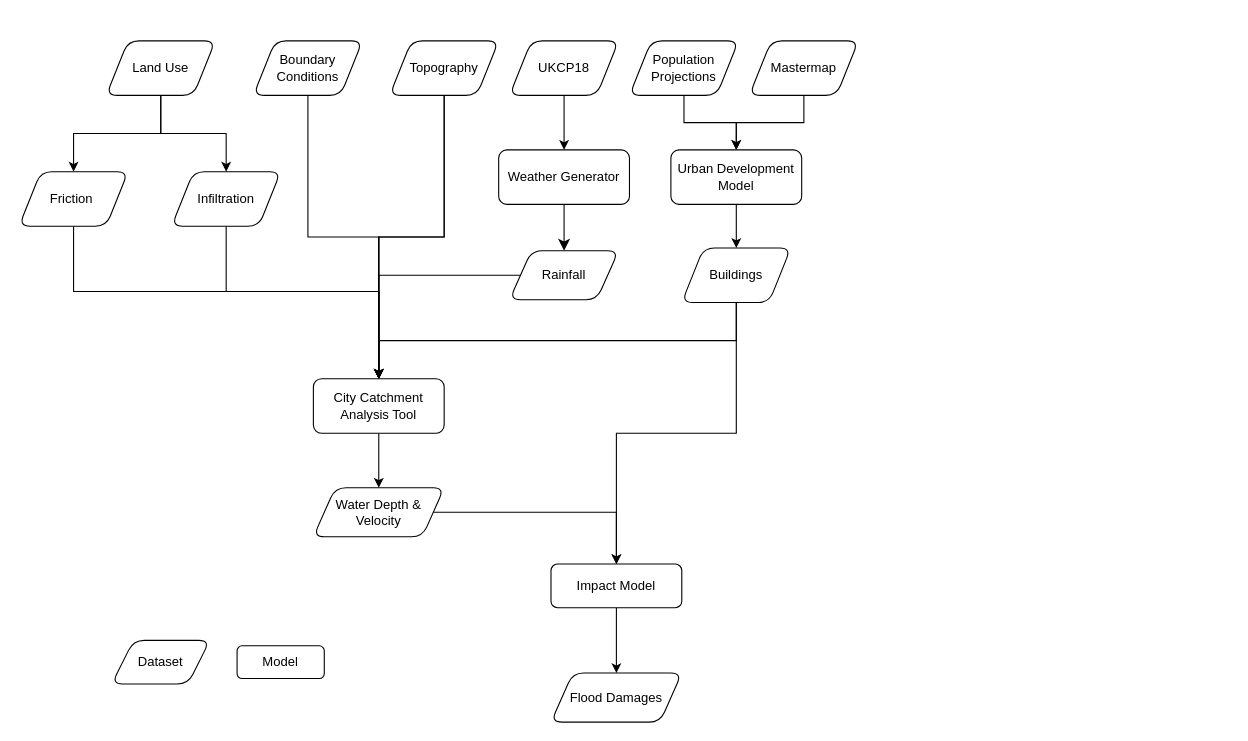
Before: flood/openclim-flood-workflow.drawio in OpenCLIM/workflow-diagrams, a draw.io diagram. Source tidied: cells renumbered, new cells numbered last; positions are measured from the earlier drawing's top-left corner, leaving out a move shared by most shapes. Both pictures are drawn from the tidied source at 109%, with x=0, y=0 at pixel (19, 40).
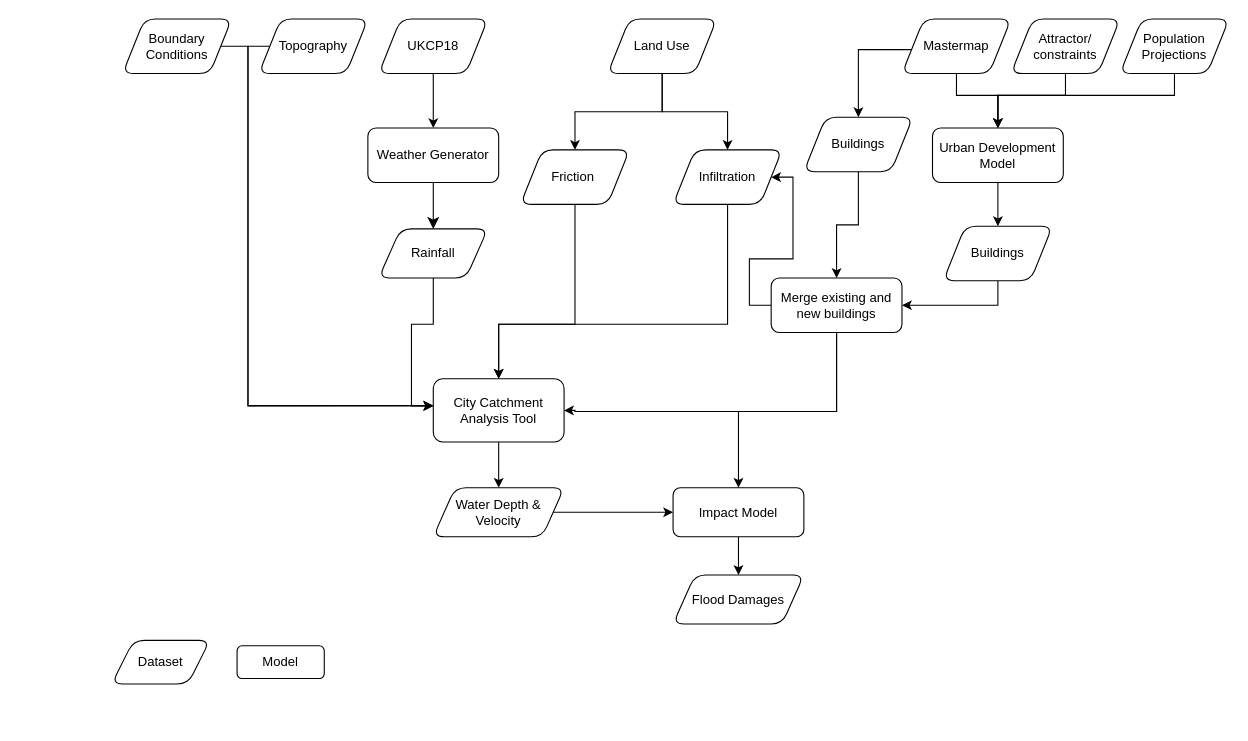
The same page after the edit.

Commit message:
updated UDM part of flood workflow

The edit, as a diff of the source:
```diff
@@
     <mxCell id="3" value="Weather Generator" style="rounded=1;whiteSpace=wrap;html=1;fontSize=12;glass=0;strokeWidth=1;shadow=0;" parent="1" vertex="1">
-      <mxGeometry x="440" y="100" width="120" height="50" as="geometry" />
+      <mxGeometry x="320" y="80" width="120" height="50" as="geometry" />
     </mxCell>
@@
     <mxCell id="5" value="UKCP18" style="shape=parallelogram;perimeter=parallelogramPerimeter;whiteSpace=wrap;html=1;fixedSize=1;rounded=1;" parent="1" vertex="1">
-      <mxGeometry x="450" width="100" height="50" as="geometry" />
+      <mxGeometry x="330" y="-20" width="100" height="50" as="geometry" />
     </mxCell>
-    <mxCell id="6" style="edgeStyle=orthogonalEdgeStyle;rounded=0;jettySize=auto;html=1;entryX=0.5;entryY=0;entryDx=0;entryDy=0;exitX=0.5;exitY=1;exitDx=0;exitDy=0;" parent="1" edge="1" source="15" target="25">
-      <mxGeometry relative="1" as="geometry" />
-    </mxCell>
-    <mxCell id="7" style="edgeStyle=orthogonalEdgeStyle;rounded=0;jettySize=auto;html=1;entryX=0.5;entryY=0;entryDx=0;entryDy=0;" parent="1" edge="1" source="8" target="10">
-      <mxGeometry relative="1" as="geometry" />
+    <mxCell id="7" style="edgeStyle=orthogonalEdgeStyle;rounded=0;jettySize=auto;html=1;entryX=0.5;entryY=0;entryDx=0;entryDy=0;exitX=0.5;exitY=1;exitDx=0;exitDy=0;" parent="1" edge="1" source="8" target="10">
+      <mxGeometry relative="1" as="geometry">
+        <Array as="points">
+          <mxPoint x="1060" y="50" />
+          <mxPoint x="898" y="50" />
+        </Array>
+      </mxGeometry>
     </mxCell>
     <mxCell id="8" value="Population Projections" style="shape=parallelogram;perimeter=parallelogramPerimeter;whiteSpace=wrap;html=1;fixedSize=1;rounded=1;" parent="1" vertex="1">
-      <mxGeometry x="560" width="100" height="50" as="geometry" />
+      <mxGeometry x="1010" y="-20" width="100" height="50" as="geometry" />
     </mxCell>
@@
     <mxCell id="10" value="Urban Development Model" style="rounded=1;whiteSpace=wrap;html=1;fontSize=12;glass=0;strokeWidth=1;shadow=0;" parent="1" vertex="1">
-      <mxGeometry x="598" y="100" width="120" height="50" as="geometry" />
+      <mxGeometry x="838" y="80" width="120" height="50" as="geometry" />
     </mxCell>
-    <mxCell id="11" style="edgeStyle=orthogonalEdgeStyle;rounded=0;jettySize=auto;html=1;entryX=0.5;entryY=0;entryDx=0;entryDy=0;" parent="1" edge="1" source="32" target="25">
-      <mxGeometry relative="1" as="geometry" />
-    </mxCell>
-    <mxCell id="12" style="edgeStyle=orthogonalEdgeStyle;rounded=0;jettySize=auto;html=1;entryX=0.5;entryY=0;entryDx=0;entryDy=0;" parent="1" edge="1" source="13" target="25">
-      <mxGeometry relative="1" as="geometry" />
+    <mxCell id="12" style="edgeStyle=orthogonalEdgeStyle;rounded=0;jettySize=auto;html=1;entryX=-0.001;entryY=0.43;entryDx=0;entryDy=0;entryPerimeter=0;" parent="1" edge="1" source="13" target="25">
+      <mxGeometry relative="1" as="geometry">
+        <Array as="points">
+          <mxPoint x="210" y="5" />
+          <mxPoint x="210" y="335" />
+        </Array>
+      </mxGeometry>
     </mxCell>
     <mxCell id="13" value="Boundary Conditions" style="shape=parallelogram;perimeter=parallelogramPerimeter;whiteSpace=wrap;html=1;fixedSize=1;rounded=1;" parent="1" vertex="1">
-      <mxGeometry x="215" width="100" height="50" as="geometry" />
+      <mxGeometry x="95" y="-20" width="100" height="50" as="geometry" />
     </mxCell>
-    <mxCell id="14" style="edgeStyle=orthogonalEdgeStyle;rounded=0;jettySize=auto;html=1;entryX=0.5;entryY=0;entryDx=0;entryDy=0;" parent="1" edge="1" source="15" target="36">
-      <mxGeometry relative="1" as="geometry" />
-    </mxCell>
+    <mxCell id="38" style="edgeStyle=orthogonalEdgeStyle;rounded=0;jettySize=auto;html=1;exitX=0.5;exitY=1;exitDx=0;exitDy=0;" parent="1" edge="1" source="15" target="45">
+      <mxGeometry relative="1" as="geometry" />
+    </mxCell>
     <mxCell id="15" value="Buildings" style="shape=parallelogram;perimeter=parallelogramPerimeter;whiteSpace=wrap;html=1;fixedSize=1;rounded=1;" parent="1" vertex="1">
-      <mxGeometry x="608" y="190" width="100" height="50" as="geometry" />
+      <mxGeometry x="848" y="170" width="100" height="50" as="geometry" />
     </mxCell>
     <mxCell id="16" style="edgeStyle=orthogonalEdgeStyle;rounded=0;jettySize=auto;html=1;entryX=0.5;entryY=0;entryDx=0;entryDy=0;" parent="1" edge="1" source="17" target="10">
-      <mxGeometry relative="1" as="geometry" />
+      <mxGeometry relative="1" as="geometry">
+        <Array as="points">
+          <mxPoint x="860" y="50" />
+          <mxPoint x="898" y="50" />
+        </Array>
+      </mxGeometry>
     </mxCell>
+    <mxCell id="39" style="edgeStyle=orthogonalEdgeStyle;rounded=0;jettySize=auto;html=1;entryX=0.5;entryY=0;entryDx=0;entryDy=0;" parent="1" edge="1" source="17" target="41">
+      <mxGeometry relative="1" as="geometry">
+        <Array as="points">
+          <mxPoint x="770" y="8" />
+        </Array>
+      </mxGeometry>
+    </mxCell>
     <mxCell id="17" value="Mastermap" style="shape=parallelogram;perimeter=parallelogramPerimeter;whiteSpace=wrap;html=1;fixedSize=1;rounded=1;" parent="1" vertex="1">
-      <mxGeometry x="670" width="100" height="50" as="geometry" />
+      <mxGeometry x="810" y="-20" width="100" height="50" as="geometry" />
     </mxCell>
-    <mxCell id="18" style="edgeStyle=orthogonalEdgeStyle;rounded=0;jettySize=auto;html=1;entryX=0.5;entryY=0;entryDx=0;entryDy=0;" parent="1" edge="1" source="32" target="25">
-      <mxGeometry relative="1" as="geometry" />
+    <mxCell id="18" style="edgeStyle=orthogonalEdgeStyle;rounded=0;jettySize=auto;html=1;entryX=0;entryY=0.424;entryDx=0;entryDy=0;entryPerimeter=0;" parent="1" edge="1" source="32" target="25">
+      <mxGeometry relative="1" as="geometry">
+        <Array as="points">
+          <mxPoint x="210" y="5" />
+          <mxPoint x="210" y="335" />
+        </Array>
+      </mxGeometry>
     </mxCell>
     <mxCell id="19" style="edgeStyle=orthogonalEdgeStyle;rounded=0;jettySize=auto;html=1;entryX=0.5;entryY=0;entryDx=0;entryDy=0;" parent="1" edge="1" source="20" target="25">
       <mxGeometry relative="1" as="geometry">
         <Array as="points">
-          <mxPoint x="50" y="230" />
-          <mxPoint x="330" y="230" />
+          <mxPoint x="510" y="260" />
+          <mxPoint x="440" y="260" />
         </Array>
       </mxGeometry>
     </mxCell>
     <mxCell id="20" value="Friction&amp;nbsp;" style="shape=parallelogram;perimeter=parallelogramPerimeter;whiteSpace=wrap;html=1;fixedSize=1;rounded=1;" parent="1" vertex="1">
-      <mxGeometry y="120" width="100" height="50" as="geometry" />
+      <mxGeometry x="460" y="100" width="100" height="50" as="geometry" />
     </mxCell>
@@
     <mxCell id="23" value="Land Use" style="shape=parallelogram;perimeter=parallelogramPerimeter;whiteSpace=wrap;html=1;fixedSize=1;rounded=1;" parent="1" vertex="1">
-      <mxGeometry x="80" width="100" height="50" as="geometry" />
+      <mxGeometry x="540" y="-20" width="100" height="50" as="geometry" />
     </mxCell>
@@
     <mxCell id="25" value="City Catchment Analysis Tool" style="rounded=1;whiteSpace=wrap;html=1;fontSize=12;glass=0;strokeWidth=1;shadow=0;" parent="1" vertex="1">
-      <mxGeometry x="270" y="310" width="120" height="50" as="geometry" />
+      <mxGeometry x="380" y="310" width="120" height="58" as="geometry" />
     </mxCell>
-    <mxCell id="26" style="edgeStyle=orthogonalEdgeStyle;rounded=0;jettySize=auto;html=1;entryX=0.5;entryY=0;entryDx=0;entryDy=0;" parent="1" edge="1" source="27" target="25">
-      <mxGeometry relative="1" as="geometry" />
+    <mxCell id="26" style="edgeStyle=orthogonalEdgeStyle;rounded=0;jettySize=auto;html=1;" parent="1" edge="1" source="27" target="25">
+      <mxGeometry relative="1" as="geometry">
+        <Array as="points">
+          <mxPoint x="380" y="260" />
+          <mxPoint x="360" y="260" />
+          <mxPoint x="360" y="335" />
+        </Array>
+      </mxGeometry>
     </mxCell>
     <mxCell id="27" value="Rainfall" style="shape=parallelogram;perimeter=parallelogramPerimeter;whiteSpace=wrap;html=1;fixedSize=1;rounded=1;" parent="1" vertex="1">
-      <mxGeometry x="450" y="192.5" width="100" height="45" as="geometry" />
+      <mxGeometry x="330" y="172.5" width="100" height="45" as="geometry" />
     </mxCell>
@@
     <mxCell id="30" style="edgeStyle=orthogonalEdgeStyle;rounded=0;jettySize=auto;html=1;entryX=0.5;entryY=0;entryDx=0;entryDy=0;" parent="1" edge="1" source="31" target="25">
       <mxGeometry relative="1" as="geometry">
         <Array as="points">
-          <mxPoint x="190" y="230" />
-          <mxPoint x="330" y="230" />
+          <mxPoint x="650" y="260" />
+          <mxPoint x="440" y="260" />
         </Array>
       </mxGeometry>
     </mxCell>
     <mxCell id="31" value="Infiltration" style="shape=parallelogram;perimeter=parallelogramPerimeter;whiteSpace=wrap;html=1;fixedSize=1;rounded=1;" parent="1" vertex="1">
-      <mxGeometry x="140" y="120" width="100" height="50" as="geometry" />
+      <mxGeometry x="600" y="100" width="100" height="50" as="geometry" />
     </mxCell>
     <mxCell id="32" value="Topography" style="shape=parallelogram;perimeter=parallelogramPerimeter;whiteSpace=wrap;html=1;fixedSize=1;rounded=1;" parent="1" vertex="1">
-      <mxGeometry x="340" width="100" height="50" as="geometry" />
+      <mxGeometry x="220" y="-20" width="100" height="50" as="geometry" />
     </mxCell>
-    <mxCell id="33" style="edgeStyle=orthogonalEdgeStyle;rounded=0;jettySize=auto;html=1;entryX=0.5;entryY=0;entryDx=0;entryDy=0;" parent="1" edge="1" source="34" target="36">
+    <mxCell id="33" style="edgeStyle=orthogonalEdgeStyle;rounded=0;jettySize=auto;html=1;entryX=0;entryY=0.5;entryDx=0;entryDy=0;" parent="1" edge="1" source="34" target="36">
       <mxGeometry relative="1" as="geometry" />
     </mxCell>
     <mxCell id="34" value="Water Depth &amp;amp; Velocity" style="shape=parallelogram;perimeter=parallelogramPerimeter;whiteSpace=wrap;html=1;fixedSize=1;rounded=1;" parent="1" vertex="1">
-      <mxGeometry x="270" y="410" width="120" height="45" as="geometry" />
+      <mxGeometry x="380" y="410" width="120" height="45" as="geometry" />
     </mxCell>
@@
     <mxCell id="36" value="Impact Model" style="rounded=1;whiteSpace=wrap;html=1;" parent="1" vertex="1">
-      <mxGeometry x="488" y="480" width="120" height="40" as="geometry" />
+      <mxGeometry x="600" y="410" width="120" height="45" as="geometry" />
     </mxCell>
     <mxCell id="37" value="Flood Damages" style="shape=parallelogram;perimeter=parallelogramPerimeter;whiteSpace=wrap;html=1;fixedSize=1;rounded=1;" parent="1" vertex="1">
-      <mxGeometry x="488" y="580" width="120" height="45" as="geometry" />
+      <mxGeometry x="600" y="490" width="120" height="45" as="geometry" />
     </mxCell>
+    <mxCell id="40" style="edgeStyle=orthogonalEdgeStyle;rounded=0;jettySize=auto;html=1;" parent="1" edge="1" source="41" target="45">
+      <mxGeometry relative="1" as="geometry" />
+    </mxCell>
+    <mxCell id="41" value="Buildings" style="shape=parallelogram;perimeter=parallelogramPerimeter;whiteSpace=wrap;html=1;fixedSize=1;rounded=1;" parent="1" vertex="1">
+      <mxGeometry x="720" y="70" width="100" height="50" as="geometry" />
+    </mxCell>
+    <mxCell id="42" style="edgeStyle=orthogonalEdgeStyle;rounded=0;jettySize=auto;html=1;" parent="1" edge="1" source="45" target="36">
+      <mxGeometry relative="1" as="geometry">
+        <Array as="points">
+          <mxPoint x="750" y="340" />
+          <mxPoint x="660" y="340" />
+        </Array>
+      </mxGeometry>
+    </mxCell>
+    <mxCell id="43" style="edgeStyle=orthogonalEdgeStyle;rounded=0;jettySize=auto;html=1;entryX=1;entryY=0.5;entryDx=0;entryDy=0;" parent="1" edge="1" source="45" target="25">
+      <mxGeometry relative="1" as="geometry">
+        <Array as="points">
+          <mxPoint x="750" y="340" />
+          <mxPoint x="510" y="340" />
+        </Array>
+      </mxGeometry>
+    </mxCell>
+    <mxCell id="44" style="edgeStyle=orthogonalEdgeStyle;rounded=0;jettySize=auto;html=1;entryX=1;entryY=0.5;entryDx=0;entryDy=0;exitX=0;exitY=0.5;exitDx=0;exitDy=0;" parent="1" edge="1" source="45" target="31">
+      <mxGeometry relative="1" as="geometry">
+        <Array as="points">
+          <mxPoint x="670" y="243" />
+          <mxPoint x="670" y="200" />
+          <mxPoint x="710" y="200" />
+          <mxPoint x="710" y="125" />
+        </Array>
+      </mxGeometry>
+    </mxCell>
+    <mxCell id="45" value="Merge existing and new buildings" style="rounded=1;whiteSpace=wrap;html=1;fontSize=12;glass=0;strokeWidth=1;shadow=0;" parent="1" vertex="1">
+      <mxGeometry x="690" y="217.5" width="120" height="50" as="geometry" />
+    </mxCell>
+    <mxCell id="46" style="edgeStyle=orthogonalEdgeStyle;rounded=0;jettySize=auto;html=1;" parent="1" edge="1" source="47" target="10">
+      <mxGeometry relative="1" as="geometry">
+        <Array as="points">
+          <mxPoint x="960" y="50" />
+          <mxPoint x="898" y="50" />
+        </Array>
+      </mxGeometry>
+    </mxCell>
+    <mxCell id="47" value="&lt;div&gt;Attractor/&lt;/div&gt;&lt;div&gt;constraints&lt;/div&gt;" style="shape=parallelogram;perimeter=parallelogramPerimeter;whiteSpace=wrap;html=1;fixedSize=1;rounded=1;" parent="1" vertex="1">
+      <mxGeometry x="910" y="-20" width="100" height="50" as="geometry" />
+    </mxCell>
```
